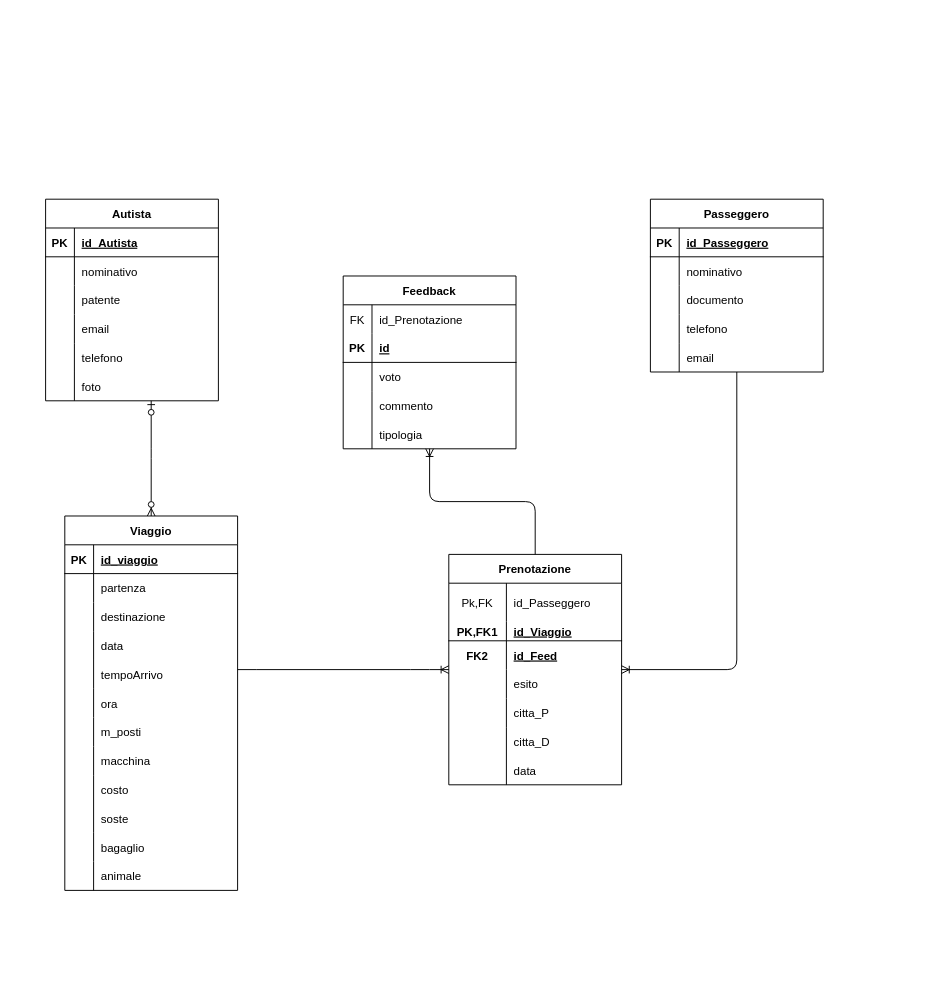
Above: Progetto Start-Up/digramma.drawio in lorogian/Simulazione_Seconda_Prova_Esame (draw.io), before the change. Source tidied: cells renumbered, new cells numbered last; positions are measured from the earlier drawing's top-left corner, leaving out a move shared by most shapes. Both pictures are drawn from the tidied source at 96%, with x=0, y=0 at pixel (45, 199).
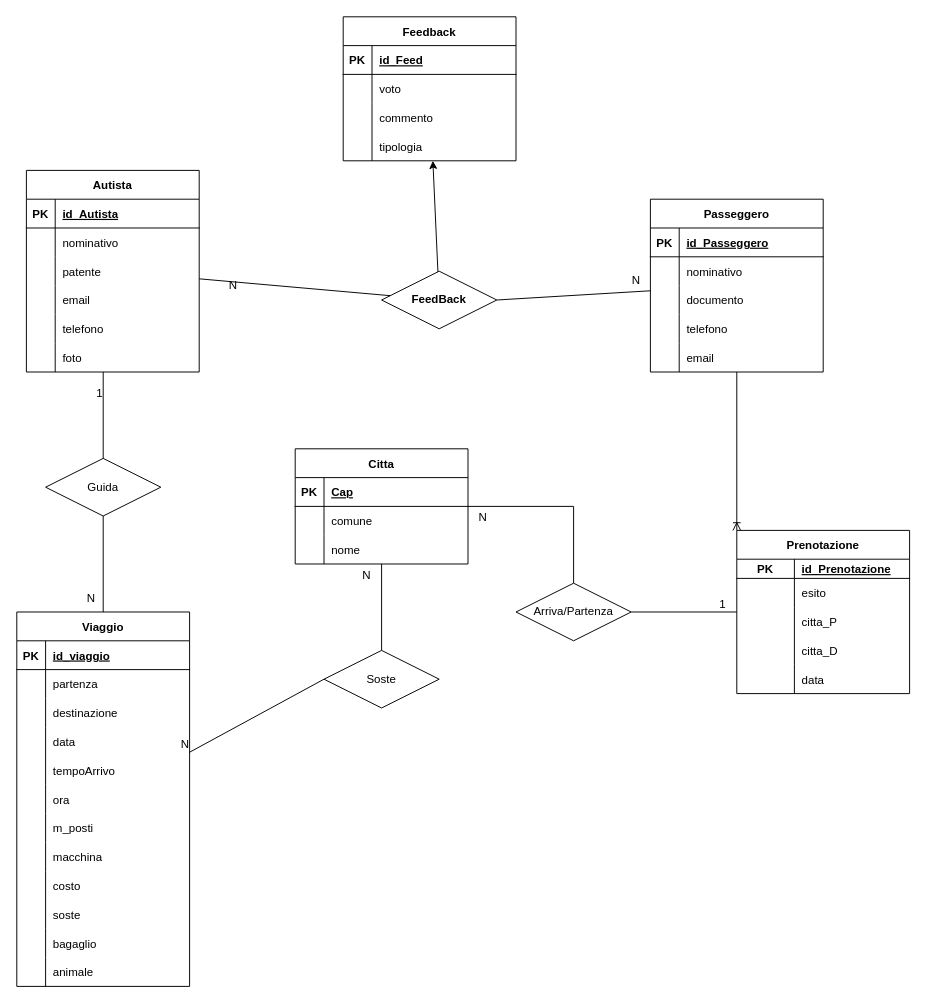
The same page after the edit.

Commit message (it also covers changes not shown here):
modifiche del diagramma

The change refers to these unchanged cells:
```xml
<mxCell id="74" value="Passeggero" style="shape=table;startSize=30;childLayout=tableLayout;rowLines=0;fontStyle=1;align=center;" parent="1" vertex="1">
  <mxGeometry x="630" width="180" height="180" as="geometry" />
</mxCell>
```

The edit, as a diff of the source:
```diff
@@
     <mxCell id="2" value="Viaggio" style="shape=table;startSize=30;childLayout=tableLayout;rowLines=0;fontStyle=1;align=center;" parent="1" vertex="1">
-      <mxGeometry x="20" y="330" width="180" height="390" as="geometry" />
+      <mxGeometry x="-30" y="430" width="180" height="390" as="geometry" />
     </mxCell>
@@
     <mxCell id="39" value="Feedback" style="shape=table;startSize=30;childLayout=tableLayout;rowLines=0;fontStyle=1;align=center;" parent="1" vertex="1">
-      <mxGeometry x="310" y="80" width="180" height="180" as="geometry" />
+      <mxGeometry x="310" y="-190" width="180" height="150" as="geometry" />
     </mxCell>
-    <mxCell id="40" style="shape=tableRow;horizontal=0;startSize=0;swimlaneHead=0;swimlaneBody=0;fillColor=none;top=0;left=0;right=0;bottom=0;" parent="39" vertex="1">
-      <mxGeometry y="30" width="180" height="30" as="geometry" />
-    </mxCell>
-    <mxCell id="41" value="FK" style="shape=partialRectangle;fillColor=none;top=0;left=0;bottom=0;right=0;fontStyle=0;overflow=hidden;" parent="40" vertex="1">
-      <mxGeometry width="30" height="30" as="geometry" />
-    </mxCell>
-    <mxCell id="42" value="id_Prenotazione" style="shape=partialRectangle;fillColor=none;top=0;left=0;bottom=0;right=0;align=left;spacingLeft=6;fontStyle=0;overflow=hidden;" parent="40" vertex="1">
-      <mxGeometry x="30" width="150" height="30" as="geometry" />
-    </mxCell>
     <mxCell id="43" style="shape=tableRow;horizontal=0;startSize=0;swimlaneHead=0;swimlaneBody=0;fillColor=none;top=0;left=0;right=0;bottom=1;" parent="39" vertex="1">
-      <mxGeometry y="60" width="180" height="30" as="geometry" />
+      <mxGeometry y="30" width="180" height="30" as="geometry" />
     </mxCell>
@@
-    <mxCell id="45" value="id" style="shape=partialRectangle;fillColor=none;top=0;left=0;bottom=0;right=0;align=left;spacingLeft=6;fontStyle=5;overflow=hidden;" parent="43" vertex="1">
+    <mxCell id="45" value="id_Feed" style="shape=partialRectangle;fillColor=none;top=0;left=0;bottom=0;right=0;align=left;spacingLeft=6;fontStyle=5;overflow=hidden;" parent="43" vertex="1">
       <mxGeometry x="30" width="150" height="30" as="geometry" />
     </mxCell>
     <mxCell id="46" style="shape=tableRow;horizontal=0;startSize=0;swimlaneHead=0;swimlaneBody=0;fillColor=none;top=0;left=0;right=0;bottom=0;" parent="39" vertex="1">
-      <mxGeometry y="90" width="180" height="30" as="geometry" />
+      <mxGeometry y="60" width="180" height="30" as="geometry" />
     </mxCell>
@@
     <mxCell id="49" style="shape=tableRow;horizontal=0;startSize=0;swimlaneHead=0;swimlaneBody=0;fillColor=none;top=0;left=0;right=0;bottom=0;" parent="39" vertex="1">
-      <mxGeometry y="120" width="180" height="30" as="geometry" />
+      <mxGeometry y="90" width="180" height="30" as="geometry" />
     </mxCell>
@@
     <mxCell id="52" style="shape=tableRow;horizontal=0;startSize=0;swimlaneHead=0;swimlaneBody=0;fillColor=none;top=0;left=0;right=0;bottom=0;" parent="39" vertex="1">
-      <mxGeometry y="150" width="180" height="30" as="geometry" />
+      <mxGeometry y="120" width="180" height="30" as="geometry" />
     </mxCell>
@@
     <mxCell id="55" value="Autista" style="shape=table;startSize=30;childLayout=tableLayout;rowLines=0;fontStyle=1;align=center;" parent="1" vertex="1">
-      <mxGeometry width="180" height="210" as="geometry" />
+      <mxGeometry x="-20" y="-30" width="180" height="210" as="geometry" />
     </mxCell>
@@
     <mxCell id="90" value="Prenotazione" style="shape=table;startSize=30;childLayout=tableLayout;rowLines=0;fontStyle=1;align=center;" parent="1" vertex="1">
-      <mxGeometry x="420" y="370" width="180" height="240" as="geometry" />
+      <mxGeometry x="720" y="345" width="180" height="170" as="geometry" />
     </mxCell>
-    <mxCell id="91" style="shape=tableRow;horizontal=0;startSize=0;swimlaneHead=0;swimlaneBody=0;fillColor=none;top=0;left=0;right=0;bottom=0;" parent="90" vertex="1">
-      <mxGeometry y="30" width="180" height="40" as="geometry" />
-    </mxCell>
-    <mxCell id="92" value="Pk,FK" style="shape=partialRectangle;fillColor=none;top=0;left=0;bottom=0;right=0;fontStyle=0;overflow=hidden;" parent="91" vertex="1">
-      <mxGeometry width="60" height="40" as="geometry" />
-    </mxCell>
-    <mxCell id="93" value="id_Passeggero" style="shape=partialRectangle;fillColor=none;top=0;left=0;bottom=0;right=0;align=left;spacingLeft=6;fontStyle=0;overflow=hidden;" parent="91" vertex="1">
-      <mxGeometry x="60" width="120" height="40" as="geometry" />
-    </mxCell>
     <mxCell id="94" style="shape=tableRow;horizontal=0;startSize=0;swimlaneHead=0;swimlaneBody=0;fillColor=none;top=0;left=0;right=0;bottom=1;" parent="90" vertex="1">
-      <mxGeometry y="70" width="180" height="20" as="geometry" />
+      <mxGeometry y="30" width="180" height="20" as="geometry" />
     </mxCell>
-    <mxCell id="95" value="PK,FK1" style="shape=partialRectangle;fillColor=none;top=0;left=0;bottom=0;right=0;fontStyle=1;overflow=hidden;" parent="94" vertex="1">
+    <mxCell id="95" value="PK" style="shape=partialRectangle;fillColor=none;top=0;left=0;bottom=0;right=0;fontStyle=1;overflow=hidden;" parent="94" vertex="1">
       <mxGeometry width="60" height="20" as="geometry" />
     </mxCell>
-    <mxCell id="96" value="id_Viaggio" style="shape=partialRectangle;fillColor=none;top=0;left=0;bottom=0;right=0;align=left;spacingLeft=6;fontStyle=5;overflow=hidden;" parent="94" vertex="1">
+    <mxCell id="96" value="id_Prenotazione" style="shape=partialRectangle;fillColor=none;top=0;left=0;bottom=0;right=0;align=left;spacingLeft=6;fontStyle=5;overflow=hidden;" parent="94" vertex="1">
       <mxGeometry x="60" width="120" height="20" as="geometry" />
     </mxCell>
-    <mxCell id="97" style="shape=tableRow;horizontal=0;startSize=0;swimlaneHead=0;swimlaneBody=0;fillColor=none;top=0;left=0;right=0;bottom=0;" parent="90" vertex="1">
-      <mxGeometry y="90" width="180" height="30" as="geometry" />
-    </mxCell>
-    <mxCell id="98" value="FK2" style="shape=partialRectangle;fillColor=none;top=0;left=0;bottom=0;right=0;fontStyle=1;overflow=hidden;" parent="97" vertex="1">
-      <mxGeometry width="60" height="30" as="geometry" />
-    </mxCell>
-    <mxCell id="99" value="id_Feed" style="shape=partialRectangle;fillColor=none;top=0;left=0;bottom=0;right=0;align=left;spacingLeft=6;fontStyle=5;overflow=hidden;" parent="97" vertex="1">
-      <mxGeometry x="60" width="120" height="30" as="geometry" />
-    </mxCell>
     <mxCell id="100" style="shape=tableRow;horizontal=0;startSize=0;swimlaneHead=0;swimlaneBody=0;fillColor=none;top=0;left=0;right=0;bottom=0;" parent="90" vertex="1">
-      <mxGeometry y="120" width="180" height="30" as="geometry" />
+      <mxGeometry y="50" width="180" height="30" as="geometry" />
     </mxCell>
@@
     <mxCell id="103" style="shape=tableRow;horizontal=0;startSize=0;swimlaneHead=0;swimlaneBody=0;fillColor=none;top=0;left=0;right=0;bottom=0;" parent="90" vertex="1">
-      <mxGeometry y="150" width="180" height="30" as="geometry" />
+      <mxGeometry y="80" width="180" height="30" as="geometry" />
     </mxCell>
@@
     <mxCell id="106" style="shape=tableRow;horizontal=0;startSize=0;swimlaneHead=0;swimlaneBody=0;fillColor=none;top=0;left=0;right=0;bottom=0;" parent="90" vertex="1">
-      <mxGeometry y="180" width="180" height="30" as="geometry" />
+      <mxGeometry y="110" width="180" height="30" as="geometry" />
     </mxCell>
@@
     <mxCell id="109" style="shape=tableRow;horizontal=0;startSize=0;swimlaneHead=0;swimlaneBody=0;fillColor=none;top=0;left=0;right=0;bottom=0;" parent="90" vertex="1">
-      <mxGeometry y="210" width="180" height="30" as="geometry" />
+      <mxGeometry y="140" width="180" height="30" as="geometry" />
     </mxCell>
@@
-    <mxCell id="112" style="edgeStyle=orthogonalEdgeStyle;fontSize=12;html=1;endArrow=ERzeroToMany;startArrow=ERzeroToOne;" parent="1" edge="1" source="55" target="2">
-      <mxGeometry relative="1" as="geometry">
-        <Array as="points">
-          <mxPoint x="110" y="270" />
-          <mxPoint x="110" y="270" />
-        </Array>
-      </mxGeometry>
-    </mxCell>
-    <mxCell id="113" style="edgeStyle=entityRelationEdgeStyle;fontSize=12;html=1;endArrow=ERoneToMany;" parent="1" edge="1" target="90">
-      <mxGeometry relative="1" as="geometry">
-        <mxPoint x="200" y="490" as="sourcePoint" />
-      </mxGeometry>
-    </mxCell>
     <mxCell id="114" style="edgeStyle=orthogonalEdgeStyle;fontSize=12;html=1;endArrow=ERoneToMany;" parent="1" edge="1" source="74" target="90">
       <mxGeometry relative="1" as="geometry">
         <Array as="points">
           <mxPoint x="720" y="490" />
+          <mxPoint x="730" y="490" />
         </Array>
       </mxGeometry>
     </mxCell>
-    <mxCell id="115" style="fontSize=12;html=1;endArrow=ERoneToMany;edgeStyle=orthogonalEdgeStyle;" parent="1" edge="1" source="90" target="39">
-      <mxGeometry relative="1" as="geometry" />
-    </mxCell>
+    <mxCell id="116" style="edgeStyle=none;html=1;" parent="1" edge="1" source="117" target="39">
+      <mxGeometry relative="1" as="geometry" />
+    </mxCell>
+    <mxCell id="117" value="&lt;span style=&quot;font-weight: 700;&quot;&gt;FeedBack&lt;/span&gt;" style="shape=rhombus;perimeter=rhombusPerimeter;whiteSpace=wrap;html=1;align=center;" parent="1" vertex="1">
+      <mxGeometry x="350" y="75" width="120" height="60" as="geometry" />
+    </mxCell>
+    <mxCell id="118" style="endArrow=none;html=1;rounded=0;exitX=1;exitY=0.5;exitDx=0;exitDy=0;" parent="1" edge="1" source="117" target="74">
+      <mxGeometry relative="1" as="geometry" />
+    </mxCell>
+    <mxCell id="119" style="endArrow=none;html=1;rounded=0;" parent="1" edge="1" source="55" target="117">
+      <mxGeometry relative="1" as="geometry" />
+    </mxCell>
+    <mxCell id="120" value="N" style="text;html=1;align=center;verticalAlign=middle;strokeColor=none;fillColor=none;" parent="1" vertex="1">
+      <mxGeometry x="600" y="70" width="30" height="30" as="geometry" />
+    </mxCell>
+    <mxCell id="121" value="N" style="text;html=1;align=center;verticalAlign=middle;strokeColor=none;fillColor=none;" parent="1" vertex="1">
+      <mxGeometry x="180" y="75" width="30" height="30" as="geometry" />
+    </mxCell>
+    <mxCell id="122" value="Citta" style="shape=table;startSize=30;childLayout=tableLayout;rowLines=0;fontStyle=1;align=center;" parent="1" vertex="1">
+      <mxGeometry x="260" y="260" width="180" height="120" as="geometry" />
+    </mxCell>
+    <mxCell id="123" style="shape=tableRow;horizontal=0;startSize=0;swimlaneHead=0;swimlaneBody=0;fillColor=none;top=0;left=0;right=0;bottom=1;" parent="122" vertex="1">
+      <mxGeometry y="30" width="180" height="30" as="geometry" />
+    </mxCell>
+    <mxCell id="124" value="PK" style="shape=partialRectangle;fillColor=none;top=0;left=0;bottom=0;right=0;fontStyle=1;overflow=hidden;" parent="123" vertex="1">
+      <mxGeometry width="30" height="30" as="geometry" />
+    </mxCell>
+    <mxCell id="125" value="Cap" style="shape=partialRectangle;fillColor=none;top=0;left=0;bottom=0;right=0;align=left;spacingLeft=6;fontStyle=5;overflow=hidden;" parent="123" vertex="1">
+      <mxGeometry x="30" width="150" height="30" as="geometry" />
+    </mxCell>
+    <mxCell id="126" style="shape=tableRow;horizontal=0;startSize=0;swimlaneHead=0;swimlaneBody=0;fillColor=none;top=0;left=0;right=0;bottom=0;" parent="122" vertex="1">
+      <mxGeometry y="60" width="180" height="30" as="geometry" />
+    </mxCell>
+    <mxCell id="127" style="shape=partialRectangle;fillColor=none;top=0;left=0;bottom=0;right=0;overflow=hidden;" parent="126" vertex="1">
+      <mxGeometry width="30" height="30" as="geometry" />
+    </mxCell>
+    <mxCell id="128" value="comune" style="shape=partialRectangle;fillColor=none;top=0;left=0;bottom=0;right=0;align=left;spacingLeft=6;overflow=hidden;" parent="126" vertex="1">
+      <mxGeometry x="30" width="150" height="30" as="geometry" />
+    </mxCell>
+    <mxCell id="97" style="shape=tableRow;horizontal=0;startSize=0;swimlaneHead=0;swimlaneBody=0;fillColor=none;top=0;left=0;right=0;bottom=0;" parent="122" vertex="1">
+      <mxGeometry y="90" width="180" height="30" as="geometry" />
+    </mxCell>
+    <mxCell id="129" style="shape=partialRectangle;fillColor=none;top=0;left=0;bottom=0;right=0;overflow=hidden;" parent="97" vertex="1">
+      <mxGeometry width="30" height="30" as="geometry" />
+    </mxCell>
+    <mxCell id="130" value="nome" style="shape=partialRectangle;fillColor=none;top=0;left=0;bottom=0;right=0;align=left;spacingLeft=6;overflow=hidden;" parent="97" vertex="1">
+      <mxGeometry x="30" width="150" height="30" as="geometry" />
+    </mxCell>
+    <mxCell id="131" value="Soste" style="shape=rhombus;perimeter=rhombusPerimeter;whiteSpace=wrap;html=1;align=center;" parent="1" vertex="1">
+      <mxGeometry x="290" y="470" width="120" height="60" as="geometry" />
+    </mxCell>
+    <mxCell id="132" style="endArrow=none;html=1;rounded=0;exitX=0;exitY=0.5;exitDx=0;exitDy=0;" parent="1" edge="1" source="131" target="2">
+      <mxGeometry relative="1" as="geometry" />
+    </mxCell>
+    <mxCell id="133" value="N" style="html=1;align=right;verticalAlign=bottom;" parent="132" vertex="1">
+      <mxGeometry x="1" relative="1" as="geometry" />
+    </mxCell>
+    <mxCell id="134" style="endArrow=none;html=1;rounded=0;exitX=0.5;exitY=0;exitDx=0;exitDy=0;" parent="1" edge="1" source="131" target="122">
+      <mxGeometry relative="1" as="geometry" />
+    </mxCell>
+    <mxCell id="135" value="N" style="html=1;align=right;verticalAlign=bottom;" parent="134" vertex="1">
+      <mxGeometry x="1" relative="1" as="geometry">
+        <mxPoint x="-11" y="20" as="offset" />
+      </mxGeometry>
+    </mxCell>
+    <mxCell id="136" style="endArrow=none;html=1;rounded=0;exitX=0.5;exitY=0;exitDx=0;exitDy=0;" parent="1" edge="1" source="138" target="122">
+      <mxGeometry relative="1" as="geometry">
+        <Array as="points">
+          <mxPoint x="550" y="320" />
+        </Array>
+      </mxGeometry>
+    </mxCell>
+    <mxCell id="137" value="N" style="html=1;align=right;verticalAlign=bottom;" parent="136" vertex="1">
+      <mxGeometry x="1" relative="1" as="geometry">
+        <mxPoint x="20" y="20" as="offset" />
+      </mxGeometry>
+    </mxCell>
+    <mxCell id="138" value="Arriva/Partenza" style="shape=rhombus;perimeter=rhombusPerimeter;whiteSpace=wrap;html=1;align=center;" parent="1" vertex="1">
+      <mxGeometry x="490" y="400" width="120" height="60" as="geometry" />
+    </mxCell>
+    <mxCell id="139" style="endArrow=none;html=1;rounded=0;" parent="1" edge="1" source="138" target="90">
+      <mxGeometry relative="1" as="geometry" />
+    </mxCell>
+    <mxCell id="140" value="1" style="html=1;align=right;verticalAlign=bottom;" parent="139" vertex="1">
+      <mxGeometry x="1" relative="1" as="geometry">
+        <mxPoint x="-11" as="offset" />
+      </mxGeometry>
+    </mxCell>
+    <mxCell id="141" style="endArrow=none;html=1;rounded=0;entryX=0.5;entryY=0;entryDx=0;entryDy=0;" parent="1" edge="1" source="143" target="2">
+      <mxGeometry relative="1" as="geometry" />
+    </mxCell>
+    <mxCell id="142" value="N" style="html=1;align=right;verticalAlign=bottom;" parent="141" vertex="1">
+      <mxGeometry x="1" relative="1" as="geometry">
+        <mxPoint x="-8" y="-6" as="offset" />
+      </mxGeometry>
+    </mxCell>
+    <mxCell id="143" value="Guida" style="shape=rhombus;perimeter=rhombusPerimeter;whiteSpace=wrap;html=1;align=center;" parent="1" vertex="1">
+      <mxGeometry y="270" width="120" height="60" as="geometry" />
+    </mxCell>
+    <mxCell id="144" style="endArrow=none;html=1;rounded=0;exitX=0.5;exitY=0;exitDx=0;exitDy=0;" parent="1" edge="1" source="143">
+      <mxGeometry relative="1" as="geometry">
+        <mxPoint x="60" y="180" as="targetPoint" />
+      </mxGeometry>
+    </mxCell>
+    <mxCell id="145" value="1" style="html=1;align=right;verticalAlign=bottom;" parent="144" vertex="1">
+      <mxGeometry x="1" relative="1" as="geometry">
+        <mxPoint y="31" as="offset" />
+      </mxGeometry>
+    </mxCell>
```
